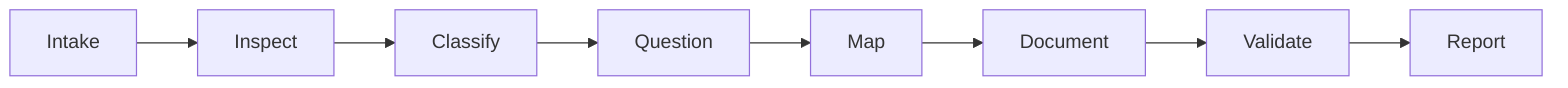
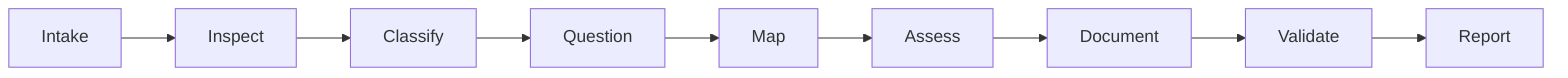
flowchart LR
  Intake --> Inspect
  Inspect --> Classify
  Classify --> Question
  Question --> Map
-   Map --> Document
+   Map --> Assess
+   Assess --> Document
  Document --> Validate
  Validate --> Report
